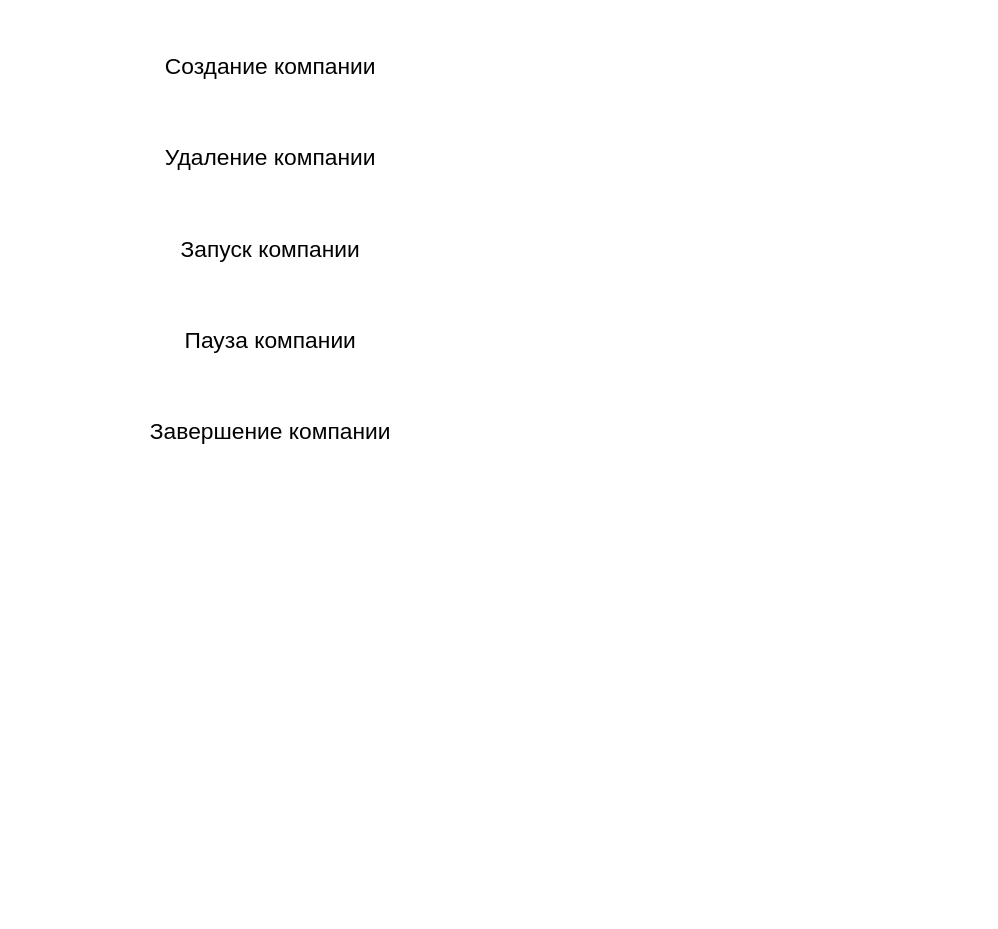
KmvRoman/Diagrams keeps this draw.io diagram as AutoBidder.drawio. Above is the earlier version. Source tidied: cells renumbered, new cells numbered last; positions are measured from the earlier drawing's top-left corner, leaving out a move shared by most shapes. Both pictures are drawn from the tidied source at 114%, with x=0, y=0 at pixel (19, 19).
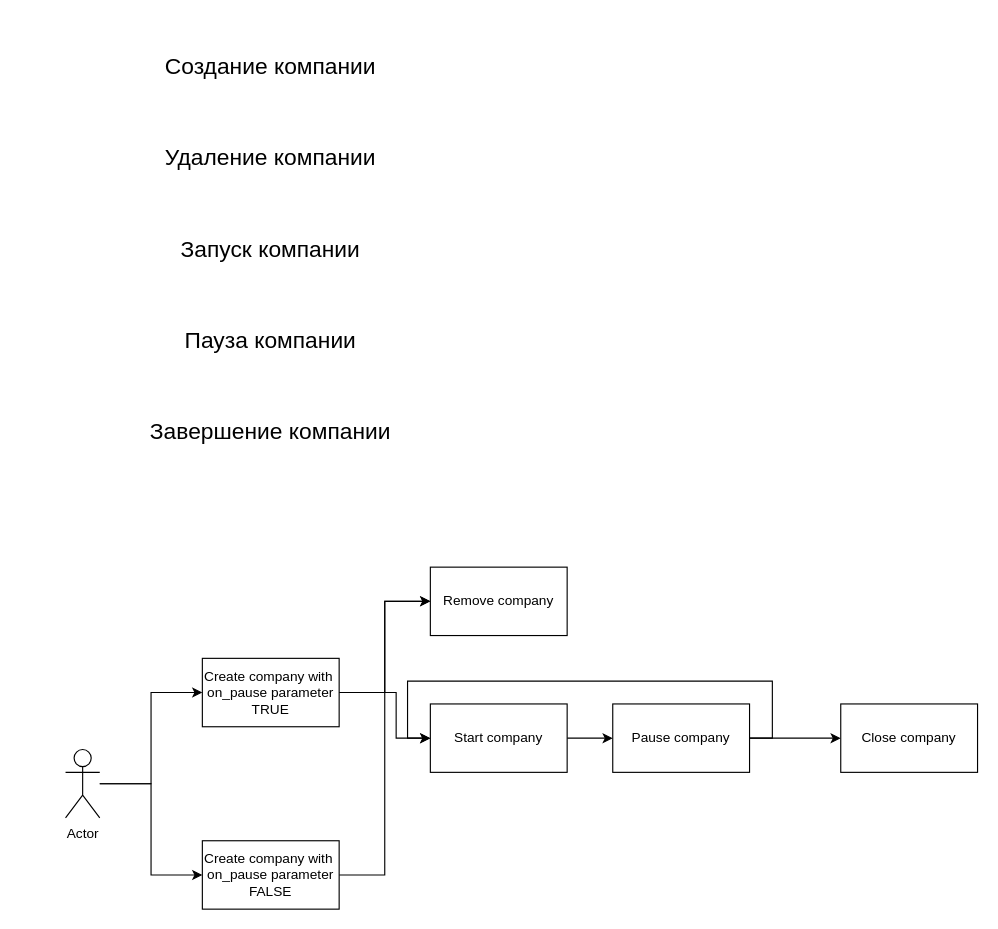
Above is the later version.

Diff of the diagram source:
```diff
@@
+    <mxCell id="7" style="edgeStyle=orthogonalEdgeStyle;rounded=0;jettySize=auto;html=1;entryX=0;entryY=0.5;entryDx=0;entryDy=0;" parent="1" edge="1" source="9" target="12">
+      <mxGeometry relative="1" as="geometry" />
+    </mxCell>
+    <mxCell id="8" style="edgeStyle=orthogonalEdgeStyle;rounded=0;jettySize=auto;html=1;entryX=0;entryY=0.5;entryDx=0;entryDy=0;" parent="1" edge="1" source="9" target="15">
+      <mxGeometry relative="1" as="geometry" />
+    </mxCell>
+    <mxCell id="9" value="Actor" style="shape=umlActor;verticalLabelPosition=bottom;verticalAlign=top;html=1;outlineConnect=0;" parent="1" vertex="1">
+      <mxGeometry x="40" y="640" width="30" height="60" as="geometry" />
+    </mxCell>
+    <mxCell id="10" style="edgeStyle=orthogonalEdgeStyle;rounded=0;jettySize=auto;html=1;entryX=0;entryY=0.5;entryDx=0;entryDy=0;" parent="1" edge="1" source="12" target="13">
+      <mxGeometry relative="1" as="geometry" />
+    </mxCell>
+    <mxCell id="11" style="edgeStyle=orthogonalEdgeStyle;rounded=0;jettySize=auto;html=1;entryX=0;entryY=0.5;entryDx=0;entryDy=0;" parent="1" edge="1" source="12" target="17">
+      <mxGeometry relative="1" as="geometry">
+        <Array as="points">
+          <mxPoint x="330" y="590" />
+          <mxPoint x="330" y="630" />
+        </Array>
+      </mxGeometry>
+    </mxCell>
+    <mxCell id="12" value="Create company with&amp;nbsp; on_pause parameter TRUE" style="rounded=0;whiteSpace=wrap;html=1;" parent="1" vertex="1">
+      <mxGeometry x="160" y="560" width="120" height="60" as="geometry" />
+    </mxCell>
+    <mxCell id="13" value="Remove company" style="rounded=0;whiteSpace=wrap;html=1;" parent="1" vertex="1">
+      <mxGeometry x="360" y="480" width="120" height="60" as="geometry" />
+    </mxCell>
+    <mxCell id="14" style="edgeStyle=orthogonalEdgeStyle;rounded=0;jettySize=auto;html=1;entryX=0;entryY=0.5;entryDx=0;entryDy=0;" parent="1" edge="1" source="15" target="13">
+      <mxGeometry relative="1" as="geometry" />
+    </mxCell>
+    <mxCell id="15" value="Create company with&amp;nbsp; on_pause parameter FALSE" style="rounded=0;whiteSpace=wrap;html=1;" parent="1" vertex="1">
+      <mxGeometry x="160" y="720" width="120" height="60" as="geometry" />
+    </mxCell>
+    <mxCell id="16" style="edgeStyle=orthogonalEdgeStyle;rounded=0;jettySize=auto;html=1;entryX=0;entryY=0.5;entryDx=0;entryDy=0;" parent="1" edge="1" source="17" target="20">
+      <mxGeometry relative="1" as="geometry" />
+    </mxCell>
+    <mxCell id="17" value="Start company" style="rounded=0;whiteSpace=wrap;html=1;" parent="1" vertex="1">
+      <mxGeometry x="360" y="600" width="120" height="60" as="geometry" />
+    </mxCell>
+    <mxCell id="18" style="edgeStyle=orthogonalEdgeStyle;rounded=0;jettySize=auto;html=1;entryX=0;entryY=0.5;entryDx=0;entryDy=0;" parent="1" edge="1" source="20" target="17">
+      <mxGeometry relative="1" as="geometry">
+        <Array as="points">
+          <mxPoint x="660" y="630" />
+          <mxPoint x="660" y="580" />
+          <mxPoint x="340" y="580" />
+          <mxPoint x="340" y="630" />
+        </Array>
+      </mxGeometry>
+    </mxCell>
+    <mxCell id="19" style="edgeStyle=orthogonalEdgeStyle;rounded=0;jettySize=auto;html=1;entryX=0;entryY=0.5;entryDx=0;entryDy=0;" parent="1" edge="1" source="20" target="21">
+      <mxGeometry relative="1" as="geometry" />
+    </mxCell>
+    <mxCell id="20" value="Pause company" style="rounded=0;whiteSpace=wrap;html=1;" parent="1" vertex="1">
+      <mxGeometry x="520" y="600" width="120" height="60" as="geometry" />
+    </mxCell>
+    <mxCell id="21" value="Close company" style="rounded=0;whiteSpace=wrap;html=1;" parent="1" vertex="1">
+      <mxGeometry x="720" y="600" width="120" height="60" as="geometry" />
+    </mxCell>
```
